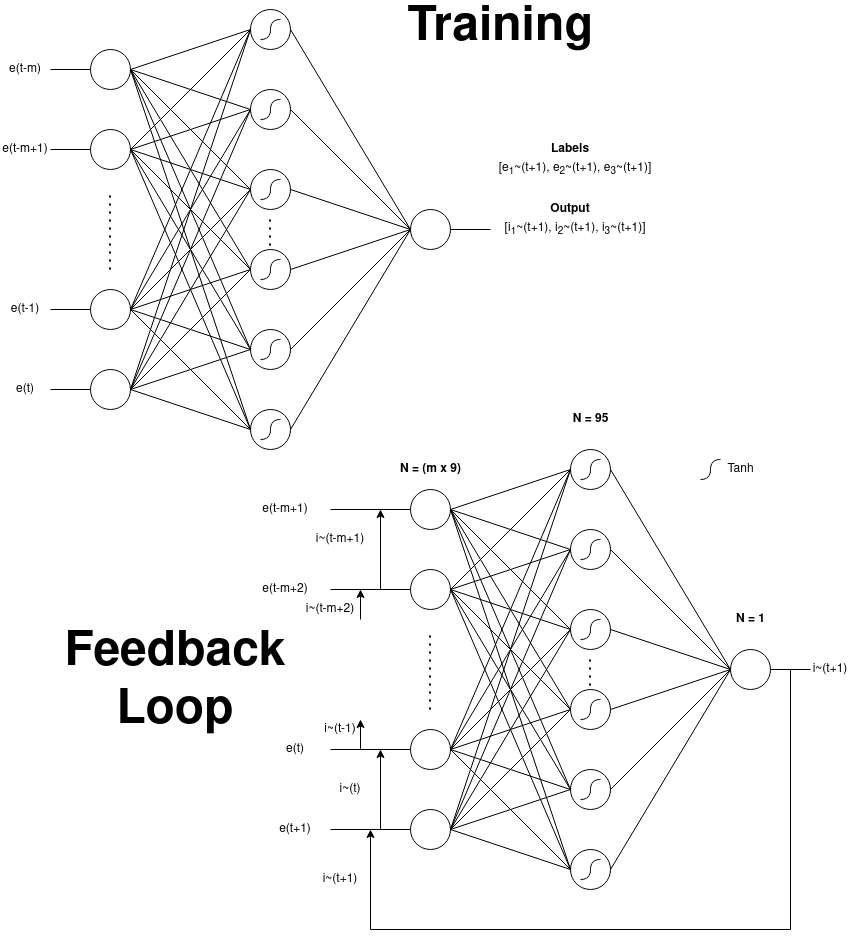
Above: graphs/fullyConnectedNetwork.png in MJC598/Neuron_Burst_Analysis (draw.io), before the change. Source tidied: cells renumbered, new cells last; positions are measured from the earlier drawing's top-left corner, leaving out a move shared by most shapes.
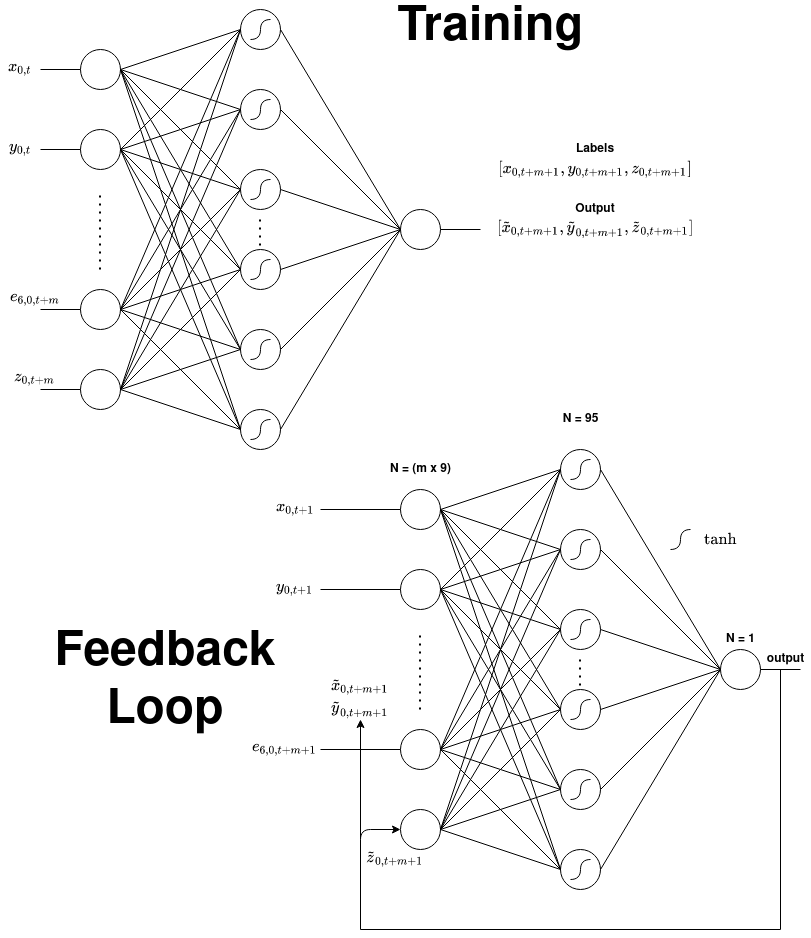
Above is the later version.

Commit message:
running internal loop for r2 scores

Diff of the diagram source:
```diff
@@ -1,4 +1,4 @@
-<mxGraphModel>
+<mxGraphModel math="1">
   <root>
     <mxCell id="0" />
     <mxCell id="1" parent="0" />
@@ -437,134 +437,101 @@
         <mxPoint x="330" y="740" as="sourcePoint" />
       </mxGeometry>
     </mxCell>
-    <mxCell id="109" style="endArrow=none;html=1;entryX=0;entryY=0.5;entryDx=0;entryDy=0;" parent="1" edge="1" target="59">
+    <mxCell id="109" style="endArrow=none;html=1;" parent="1" edge="1">
       <mxGeometry relative="1" as="geometry">
-        <mxPoint x="330" y="820" as="sourcePoint" />
+        <mxPoint x="790" y="920" as="sourcePoint" />
+        <mxPoint x="790" y="660" as="targetPoint" />
       </mxGeometry>
     </mxCell>
     <mxCell id="110" style="endArrow=none;html=1;" parent="1" edge="1">
       <mxGeometry relative="1" as="geometry">
-        <mxPoint x="790" y="920" as="sourcePoint" />
-        <mxPoint x="790" y="660" as="targetPoint" />
+        <mxPoint x="370" y="920" as="sourcePoint" />
+        <mxPoint x="790" y="920" as="targetPoint" />
       </mxGeometry>
     </mxCell>
-    <mxCell id="111" style="endArrow=none;html=1;" parent="1" edge="1">
+    <mxCell id="111" style="endArrow=classic;html=1;endFill=1;entryX=0;entryY=0.5;entryDx=0;entryDy=0;" parent="1" edge="1" target="59">
       <mxGeometry relative="1" as="geometry">
         <mxPoint x="370" y="920" as="sourcePoint" />
-        <mxPoint x="790" y="920" as="targetPoint" />
+        <Array as="points">
+          <mxPoint x="370" y="820" />
+        </Array>
       </mxGeometry>
     </mxCell>
-    <mxCell id="112" style="endArrow=classic;html=1;endFill=1;" parent="1" edge="1">
-      <mxGeometry relative="1" as="geometry">
-        <mxPoint x="370" y="920" as="sourcePoint" />
-        <mxPoint x="370" y="820" as="targetPoint" />
-      </mxGeometry>
+    <mxCell id="112" value="$$[\tilde{x}_{0,t+m+1}, \tilde{y}_{0,t+m+1}, \tilde{z}_{0,t+m+1}]$$" style="text;html=1;strokeColor=none;fillColor=none;align=center;verticalAlign=middle;whiteSpace=wrap;rounded=0;" parent="1" vertex="1">
+      <mxGeometry x="520" y="210" width="170" height="20" as="geometry" />
     </mxCell>
-    <mxCell id="113" value="&lt;div&gt;[i&lt;sub&gt;1&lt;/sub&gt;~(t+1), i&lt;sub&gt;2&lt;/sub&gt;~(t+1), i&lt;sub&gt;3&lt;/sub&gt;~(t+1)]&lt;/div&gt;" style="text;html=1;strokeColor=none;fillColor=none;align=center;verticalAlign=middle;whiteSpace=wrap;rounded=0;" parent="1" vertex="1">
-      <mxGeometry x="490" y="210" width="170" height="20" as="geometry" />
+    <mxCell id="113" style="endArrow=classic;html=1;" parent="1" edge="1">
+      <mxGeometry relative="1" as="geometry">
+        <mxPoint x="370" y="830" as="sourcePoint" />
+        <mxPoint x="370" y="710" as="targetPoint" />
+      </mxGeometry>
     </mxCell>
-    <mxCell id="114" style="endArrow=classic;html=1;" parent="1" edge="1">
-      <mxGeometry relative="1" as="geometry">
-        <mxPoint x="380" y="820" as="sourcePoint" />
-        <mxPoint x="380" y="740" as="targetPoint" />
-      </mxGeometry>
+    <mxCell id="114" value="$$\tilde{z}_{0,t+m+1}$$" style="text;html=1;strokeColor=none;fillColor=none;align=center;verticalAlign=middle;whiteSpace=wrap;rounded=0;" parent="1" vertex="1">
+      <mxGeometry x="385" y="840" width="40" height="20" as="geometry" />
     </mxCell>
-    <mxCell id="115" style="endArrow=classic;html=1;" parent="1" edge="1">
-      <mxGeometry relative="1" as="geometry">
-        <mxPoint x="360" y="740" as="sourcePoint" />
-        <mxPoint x="360" y="710" as="targetPoint" />
-      </mxGeometry>
+    <mxCell id="115" value="$$\tilde{x}_{0,t+m+1}\\\tilde{y}_{0,t+m+1}$$" style="text;html=1;strokeColor=none;fillColor=none;align=center;verticalAlign=middle;whiteSpace=wrap;rounded=0;" parent="1" vertex="1">
+      <mxGeometry x="350" y="680" width="40" height="20" as="geometry" />
     </mxCell>
-    <mxCell id="116" style="endArrow=classic;html=1;" parent="1" edge="1">
-      <mxGeometry relative="1" as="geometry">
-        <mxPoint x="360" y="610" as="sourcePoint" />
-        <mxPoint x="360" y="580" as="targetPoint" />
-      </mxGeometry>
+    <mxCell id="116" value="$$x_{0,t+1}$$" style="text;html=1;strokeColor=none;fillColor=none;align=center;verticalAlign=middle;whiteSpace=wrap;rounded=0;" parent="1" vertex="1">
+      <mxGeometry x="280" y="490" width="50" height="20" as="geometry" />
     </mxCell>
-    <mxCell id="117" style="endArrow=classic;html=1;" parent="1" edge="1">
-      <mxGeometry relative="1" as="geometry">
-        <mxPoint x="380" y="580" as="sourcePoint" />
-        <mxPoint x="380" y="500" as="targetPoint" />
-      </mxGeometry>
+    <mxCell id="117" value="$$y_{0,t+1}$$" style="text;html=1;strokeColor=none;fillColor=none;align=center;verticalAlign=middle;whiteSpace=wrap;rounded=0;" parent="1" vertex="1">
+      <mxGeometry x="280" y="570" width="50" height="20" as="geometry" />
     </mxCell>
-    <mxCell id="118" value="i~(t+1)" style="text;html=1;strokeColor=none;fillColor=none;align=center;verticalAlign=middle;whiteSpace=wrap;rounded=0;" parent="1" vertex="1">
-      <mxGeometry x="320" y="860" width="40" height="20" as="geometry" />
+    <mxCell id="118" value="$$e_{6,0,t+m+1}$$" style="text;html=1;strokeColor=none;fillColor=none;align=center;verticalAlign=middle;whiteSpace=wrap;rounded=0;" parent="1" vertex="1">
+      <mxGeometry x="270" y="730" width="50" height="20" as="geometry" />
     </mxCell>
-    <mxCell id="119" value="&lt;div&gt;i~(t)&lt;/div&gt;" style="text;html=1;strokeColor=none;fillColor=none;align=center;verticalAlign=middle;whiteSpace=wrap;rounded=0;" parent="1" vertex="1">
-      <mxGeometry x="330" y="770" width="40" height="20" as="geometry" />
+    <mxCell id="119" value="&lt;b&gt;N = 95&lt;br&gt;&lt;/b&gt;" style="text;html=1;align=center;verticalAlign=middle;strokeColor=none;" parent="1" vertex="1">
+      <mxGeometry x="565" y="400" width="50" height="20" as="geometry" />
     </mxCell>
-    <mxCell id="120" value="&lt;div&gt;i~(t-1)&lt;/div&gt;" style="text;html=1;strokeColor=none;fillColor=none;align=center;verticalAlign=middle;whiteSpace=wrap;rounded=0;" parent="1" vertex="1">
-      <mxGeometry x="320" y="710" width="40" height="20" as="geometry" />
+    <mxCell id="120" value="&lt;b&gt;N = (m x 9)&lt;br&gt;&lt;/b&gt;" style="text;html=1;align=center;verticalAlign=middle;strokeColor=none;" parent="1" vertex="1">
+      <mxGeometry x="390" y="450" width="80" height="20" as="geometry" />
     </mxCell>
-    <mxCell id="121" value="&lt;div&gt;i~(t-m+2)&lt;/div&gt;" style="text;html=1;strokeColor=none;fillColor=none;align=center;verticalAlign=middle;whiteSpace=wrap;rounded=0;" parent="1" vertex="1">
-      <mxGeometry x="300" y="590" width="60" height="20" as="geometry" />
+    <mxCell id="121" value="&lt;b&gt;N = 1&lt;br&gt;&lt;/b&gt;" style="text;html=1;align=center;verticalAlign=middle;strokeColor=none;" parent="1" vertex="1">
+      <mxGeometry x="730" y="620" width="40" height="20" as="geometry" />
     </mxCell>
-    <mxCell id="122" value="&lt;div&gt;i~(t-m+1)&lt;/div&gt;" style="text;html=1;strokeColor=none;fillColor=none;align=center;verticalAlign=middle;whiteSpace=wrap;rounded=0;" parent="1" vertex="1">
-      <mxGeometry x="310" y="520" width="60" height="20" as="geometry" />
+    <mxCell id="122" style="curved=1;endArrow=none;html=1;endFill=0;" parent="1" edge="1">
+      <mxGeometry relative="1" as="geometry">
+        <mxPoint x="680" y="540" as="sourcePoint" />
+        <mxPoint x="700" y="520" as="targetPoint" />
+        <Array as="points">
+          <mxPoint x="690" y="540" />
+          <mxPoint x="690" y="520" />
+        </Array>
+      </mxGeometry>
     </mxCell>
-    <mxCell id="123" value="e(t-m+1)" style="text;html=1;strokeColor=none;fillColor=none;align=center;verticalAlign=middle;whiteSpace=wrap;rounded=0;" parent="1" vertex="1">
-      <mxGeometry x="260" y="490" width="50" height="20" as="geometry" />
+    <mxCell id="123" value="$$\tanh$$" style="text;html=1;align=center;verticalAlign=middle;strokeColor=none;" parent="1" vertex="1">
+      <mxGeometry x="695" y="520" width="70" height="20" as="geometry" />
     </mxCell>
-    <mxCell id="124" value="e(t-m+2)" style="text;html=1;strokeColor=none;fillColor=none;align=center;verticalAlign=middle;whiteSpace=wrap;rounded=0;" parent="1" vertex="1">
-      <mxGeometry x="260" y="570" width="50" height="20" as="geometry" />
+    <mxCell id="124" value="$$[x_{0,t+m+1}, y_{0,t+m+1}, z_{0,t+m+1}]$$" style="text;html=1;strokeColor=none;fillColor=none;align=center;verticalAlign=middle;whiteSpace=wrap;rounded=0;" parent="1" vertex="1">
+      <mxGeometry x="520" y="150" width="170" height="20" as="geometry" />
     </mxCell>
-    <mxCell id="125" value="e(t)" style="text;html=1;strokeColor=none;fillColor=none;align=center;verticalAlign=middle;whiteSpace=wrap;rounded=0;" parent="1" vertex="1">
-      <mxGeometry x="270" y="730" width="50" height="20" as="geometry" />
+    <mxCell id="125" value="&lt;b&gt;Labels&lt;/b&gt;" style="text;html=1;strokeColor=none;fillColor=none;align=center;verticalAlign=middle;whiteSpace=wrap;rounded=0;" parent="1" vertex="1">
+      <mxGeometry x="585" y="130" width="40" height="20" as="geometry" />
     </mxCell>
-    <mxCell id="126" value="e(t+1)" style="text;html=1;strokeColor=none;fillColor=none;align=center;verticalAlign=middle;whiteSpace=wrap;rounded=0;" parent="1" vertex="1">
-      <mxGeometry x="270" y="810" width="50" height="20" as="geometry" />
+    <mxCell id="126" value="&lt;b&gt;Output&lt;/b&gt;" style="text;html=1;strokeColor=none;fillColor=none;align=center;verticalAlign=middle;whiteSpace=wrap;rounded=0;" parent="1" vertex="1">
+      <mxGeometry x="585" y="190" width="40" height="20" as="geometry" />
     </mxCell>
-    <mxCell id="127" value="i~(t+1)" style="text;html=1;strokeColor=none;fillColor=none;align=center;verticalAlign=middle;whiteSpace=wrap;rounded=0;" parent="1" vertex="1">
-      <mxGeometry x="810" y="650" width="40" height="20" as="geometry" />
+    <mxCell id="127" value="$$x_{0,t}$$" style="text;html=1;strokeColor=none;fillColor=none;align=center;verticalAlign=middle;whiteSpace=wrap;rounded=0;" parent="1" vertex="1">
+      <mxGeometry x="10" y="50" width="40" height="20" as="geometry" />
     </mxCell>
-    <mxCell id="128" value="&lt;b&gt;N = 95&lt;br&gt;&lt;/b&gt;" style="text;html=1;align=center;verticalAlign=middle;strokeColor=none;" parent="1" vertex="1">
-      <mxGeometry x="565" y="400" width="50" height="20" as="geometry" />
+    <mxCell id="128" value="$$y_{0,t}$$" style="text;html=1;strokeColor=none;fillColor=none;align=center;verticalAlign=middle;whiteSpace=wrap;rounded=0;" parent="1" vertex="1">
+      <mxGeometry x="10" y="130" width="40" height="20" as="geometry" />
     </mxCell>
-    <mxCell id="129" value="&lt;b&gt;N = (m x 9)&lt;br&gt;&lt;/b&gt;" style="text;html=1;align=center;verticalAlign=middle;strokeColor=none;" parent="1" vertex="1">
-      <mxGeometry x="390" y="450" width="80" height="20" as="geometry" />
+    <mxCell id="129" value="$$e_{6,0,t+m}$$" style="text;html=1;strokeColor=none;fillColor=none;align=center;verticalAlign=middle;whiteSpace=wrap;rounded=0;" parent="1" vertex="1">
+      <mxGeometry x="20" y="280" width="50" height="20" as="geometry" />
     </mxCell>
-    <mxCell id="130" value="&lt;b&gt;N = 1&lt;br&gt;&lt;/b&gt;" style="text;html=1;align=center;verticalAlign=middle;strokeColor=none;" parent="1" vertex="1">
-      <mxGeometry x="730" y="600" width="40" height="20" as="geometry" />
+    <mxCell id="130" value="$$z_{0,t+m}$$" style="text;html=1;strokeColor=none;fillColor=none;align=center;verticalAlign=middle;whiteSpace=wrap;rounded=0;" parent="1" vertex="1">
+      <mxGeometry x="20" y="360" width="50" height="20" as="geometry" />
     </mxCell>
-    <mxCell id="131" style="curved=1;endArrow=none;html=1;endFill=0;" parent="1" edge="1">
-      <mxGeometry relative="1" as="geometry">
-        <mxPoint x="700" y="470" as="sourcePoint" />
-        <mxPoint x="720" y="450" as="targetPoint" />
-        <Array as="points">
-          <mxPoint x="710" y="470" />
-          <mxPoint x="710" y="450" />
-        </Array>
-      </mxGeometry>
+    <mxCell id="131" value="&lt;font style=&quot;font-size: 48px&quot;&gt;&lt;b&gt;Training&lt;/b&gt;&lt;/font&gt;" style="text;html=1;align=center;verticalAlign=middle;strokeColor=none;" parent="1" vertex="1">
+      <mxGeometry x="400" y="5" width="200" height="30" as="geometry" />
     </mxCell>
-    <mxCell id="132" value="Tanh" style="text;html=1;align=center;verticalAlign=middle;strokeColor=none;" parent="1" vertex="1">
-      <mxGeometry x="720" y="450" width="40" height="20" as="geometry" />
+    <mxCell id="132" value="&lt;div align=&quot;center&quot;&gt;&lt;font style=&quot;font-size: 48px&quot;&gt;&lt;b&gt;Feedback Loop&lt;/b&gt;&lt;/font&gt;&lt;/div&gt;" style="text;whiteSpace=wrap;html=1;align=center;" parent="1" vertex="1">
+      <mxGeometry x="70" y="610" width="210" height="40" as="geometry" />
     </mxCell>
-    <mxCell id="133" value="&lt;div&gt;[e&lt;sub&gt;1&lt;/sub&gt;~(t+1), e&lt;sub&gt;2&lt;/sub&gt;~(t+1), e&lt;sub&gt;3&lt;/sub&gt;~(t+1)]&lt;/div&gt;" style="text;html=1;strokeColor=none;fillColor=none;align=center;verticalAlign=middle;whiteSpace=wrap;rounded=0;" parent="1" vertex="1">
-      <mxGeometry x="490" y="150" width="170" height="20" as="geometry" />
+    <mxCell id="133" value="&lt;b&gt;output&lt;/b&gt;" style="text;html=1;align=center;verticalAlign=middle;strokeColor=none;" parent="1" vertex="1">
+      <mxGeometry x="770" y="640" width="50" height="20" as="geometry" />
     </mxCell>
-    <mxCell id="134" value="&lt;b&gt;Labels&lt;/b&gt;" style="text;html=1;strokeColor=none;fillColor=none;align=center;verticalAlign=middle;whiteSpace=wrap;rounded=0;" parent="1" vertex="1">
-      <mxGeometry x="550" y="130" width="40" height="20" as="geometry" />
-    </mxCell>
-    <mxCell id="135" value="&lt;b&gt;Output&lt;/b&gt;" style="text;html=1;strokeColor=none;fillColor=none;align=center;verticalAlign=middle;whiteSpace=wrap;rounded=0;" parent="1" vertex="1">
-      <mxGeometry x="550" y="190" width="40" height="20" as="geometry" />
-    </mxCell>
-    <mxCell id="136" value="e(t-m)" style="text;html=1;strokeColor=none;fillColor=none;align=center;verticalAlign=middle;whiteSpace=wrap;rounded=0;" parent="1" vertex="1">
-      <mxGeometry y="50" width="50" height="20" as="geometry" />
-    </mxCell>
-    <mxCell id="137" value="e(t-m+1)" style="text;html=1;strokeColor=none;fillColor=none;align=center;verticalAlign=middle;whiteSpace=wrap;rounded=0;" parent="1" vertex="1">
-      <mxGeometry y="130" width="50" height="20" as="geometry" />
-    </mxCell>
-    <mxCell id="138" value="e(t-1)" style="text;html=1;strokeColor=none;fillColor=none;align=center;verticalAlign=middle;whiteSpace=wrap;rounded=0;" parent="1" vertex="1">
-      <mxGeometry y="290" width="50" height="20" as="geometry" />
-    </mxCell>
-    <mxCell id="139" value="e(t)" style="text;html=1;strokeColor=none;fillColor=none;align=center;verticalAlign=middle;whiteSpace=wrap;rounded=0;" parent="1" vertex="1">
-      <mxGeometry y="370" width="50" height="20" as="geometry" />
-    </mxCell>
-    <mxCell id="140" value="&lt;font style=&quot;font-size: 48px&quot;&gt;&lt;b&gt;Training&lt;/b&gt;&lt;/font&gt;" style="text;html=1;align=center;verticalAlign=middle;strokeColor=none;" parent="1" vertex="1">
-      <mxGeometry x="400" y="5" width="200" height="30" as="geometry" />
-    </mxCell>
-    <mxCell id="141" value="&lt;div align=&quot;center&quot;&gt;&lt;font style=&quot;font-size: 48px&quot;&gt;&lt;b&gt;Feedback Loop&lt;/b&gt;&lt;/font&gt;&lt;/div&gt;" style="text;whiteSpace=wrap;html=1;align=center;" parent="1" vertex="1">
-      <mxGeometry x="70" y="610" width="210" height="40" as="geometry" />
-    </mxCell>
   </root>
 </mxGraphModel>
```
